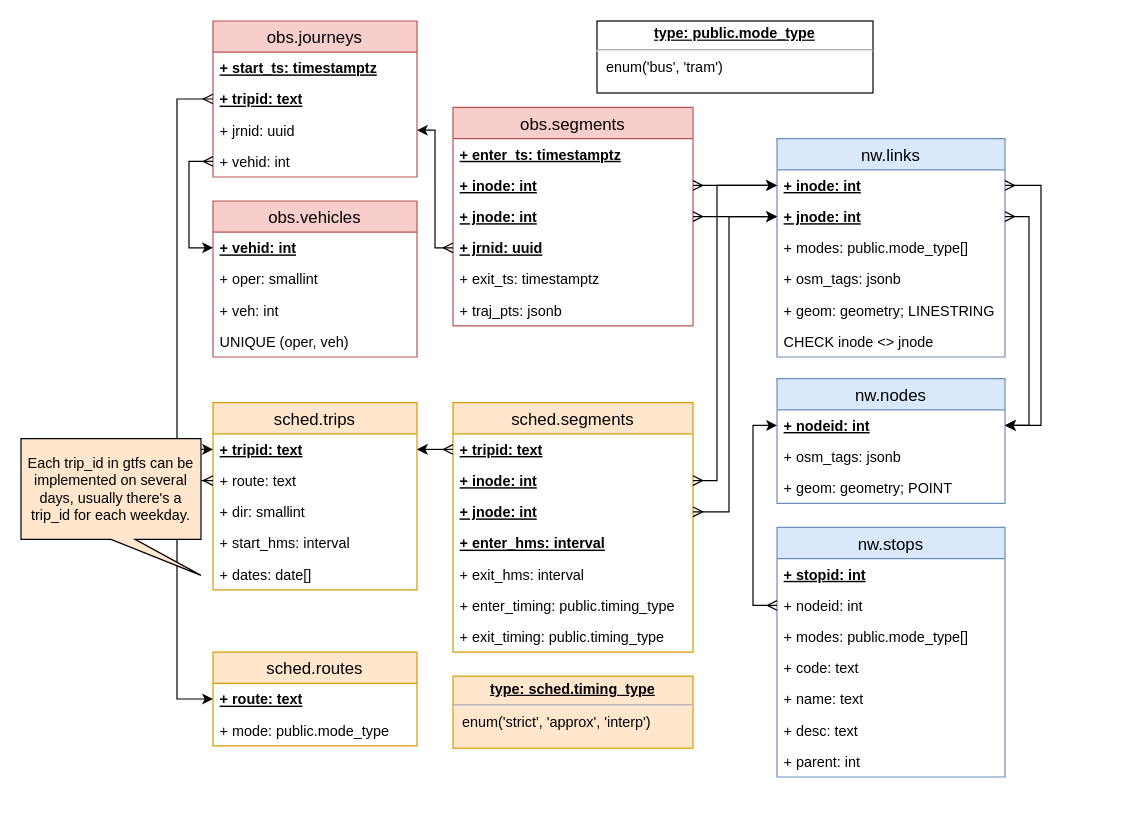
Earlier version of the draw.io diagram page "production" (1 of 3) of docs/sujuikoDB.drawio (datarttu/sujuikoDB). Source tidied: cells renumbered, new cells numbered last; positions are measured from the earlier drawing's top-left corner, leaving out a move shared by most shapes. Both pictures are drawn from the tidied source at 120%, with x=0, y=0 at pixel (20, 20).
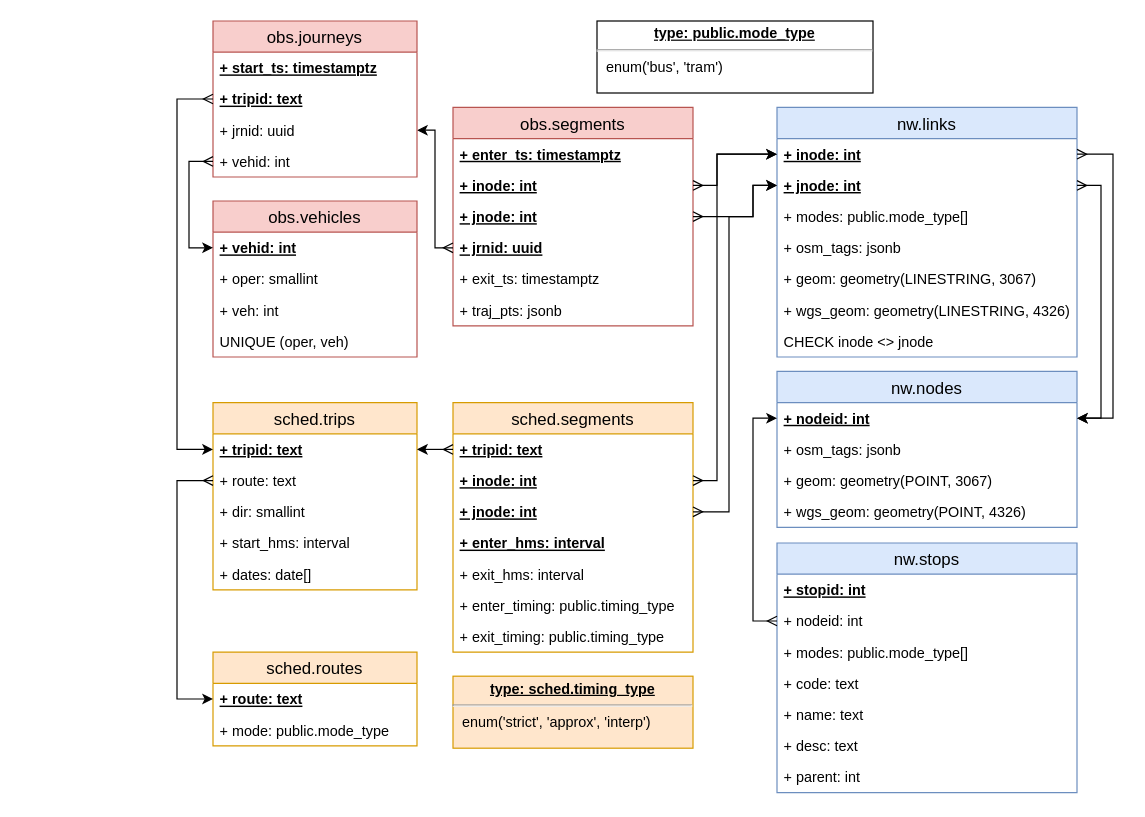
Above is the later version.

Unchanged cells that the change refers to:
```xml
<mxCell id="4" value="+ inode: int" style="text;strokeColor=none;fillColor=none;spacingLeft=4;spacingRight=4;overflow=hidden;points=[[0,0.5],[1,0.5]];portConstraint=eastwest;fontSize=12;fontStyle=5;" parent="2" vertex="1">
  <mxGeometry y="52" width="200" height="26" as="geometry" />
</mxCell>
<mxCell id="5" value="+ jnode: int" style="text;strokeColor=none;fillColor=none;spacingLeft=4;spacingRight=4;overflow=hidden;points=[[0,0.5],[1,0.5]];portConstraint=eastwest;fontSize=12;fontStyle=5;" parent="2" vertex="1">
  <mxGeometry y="78" width="200" height="26" as="geometry" />
</mxCell>
<mxCell id="37" value="+ inode: int" style="text;strokeColor=none;fillColor=none;spacingLeft=4;spacingRight=4;overflow=hidden;points=[[0,0.5],[1,0.5]];portConstraint=eastwest;fontSize=12;fontStyle=5;" parent="35" vertex="1">
  <mxGeometry y="52" width="200" height="26" as="geometry" />
</mxCell>
<mxCell id="38" value="+ jnode: int" style="text;strokeColor=none;fillColor=none;spacingLeft=4;spacingRight=4;overflow=hidden;points=[[0,0.5],[1,0.5]];portConstraint=eastwest;fontSize=12;fontStyle=5;" parent="35" vertex="1">
  <mxGeometry y="78" width="200" height="26" as="geometry" />
</mxCell>
```

The edit, as a diff of the source:
```diff
@@
     <mxCell id="9" value="nw.links" style="swimlane;fontStyle=0;horizontal=1;startSize=26;fillColor=#dae8fc;swimlaneFillColor=#ffffff;align=center;fontSize=14;strokeColor=#6c8ebf;" parent="1" vertex="1">
-      <mxGeometry x="630" y="98" width="190" height="182" as="geometry" />
+      <mxGeometry x="630" y="72" width="250" height="208" as="geometry" />
     </mxCell>
     <mxCell id="10" value="+ inode: int" style="text;strokeColor=none;fillColor=none;spacingLeft=4;spacingRight=4;overflow=hidden;points=[[0,0.5],[1,0.5]];portConstraint=eastwest;fontSize=12;fontStyle=5;" parent="9" vertex="1">
-      <mxGeometry y="26" width="190" height="26" as="geometry" />
+      <mxGeometry y="26" width="250" height="26" as="geometry" />
     </mxCell>
     <mxCell id="11" value="+ jnode: int" style="text;strokeColor=none;fillColor=none;spacingLeft=4;spacingRight=4;overflow=hidden;points=[[0,0.5],[1,0.5]];portConstraint=eastwest;fontSize=12;fontStyle=5;" parent="9" vertex="1">
-      <mxGeometry y="52" width="190" height="26" as="geometry" />
+      <mxGeometry y="52" width="250" height="26" as="geometry" />
     </mxCell>
     <mxCell id="12" value="+ modes: public.mode_type[]" style="text;strokeColor=none;fillColor=none;spacingLeft=4;spacingRight=4;overflow=hidden;fontSize=12;" parent="9" vertex="1">
-      <mxGeometry y="78" width="190" height="26" as="geometry" />
+      <mxGeometry y="78" width="250" height="26" as="geometry" />
     </mxCell>
     <mxCell id="13" value="+ osm_tags: jsonb" style="text;strokeColor=none;fillColor=none;spacingLeft=4;spacingRight=4;overflow=hidden;fontSize=12;" parent="9" vertex="1">
-      <mxGeometry y="104" width="190" height="26" as="geometry" />
+      <mxGeometry y="104" width="250" height="26" as="geometry" />
     </mxCell>
-    <mxCell id="14" value="+ geom: geometry; LINESTRING" style="text;strokeColor=none;fillColor=none;spacingLeft=4;spacingRight=4;overflow=hidden;fontSize=12;" parent="9" vertex="1">
-      <mxGeometry y="130" width="190" height="26" as="geometry" />
+    <mxCell id="14" value="+ geom: geometry(LINESTRING, 3067)" style="text;strokeColor=none;fillColor=none;spacingLeft=4;spacingRight=4;overflow=hidden;fontSize=12;" parent="9" vertex="1">
+      <mxGeometry y="130" width="250" height="26" as="geometry" />
     </mxCell>
+    <mxCell id="70" value="+ wgs_geom: geometry(LINESTRING, 4326)" style="text;strokeColor=none;fillColor=none;spacingLeft=4;spacingRight=4;overflow=hidden;fontSize=12;" parent="9" vertex="1">
+      <mxGeometry y="156" width="250" height="26" as="geometry" />
+    </mxCell>
     <mxCell id="15" value="CHECK inode &lt;&gt; jnode" style="text;strokeColor=none;fillColor=none;spacingLeft=4;spacingRight=4;overflow=hidden;fontSize=12;" parent="9" vertex="1">
-      <mxGeometry y="156" width="190" height="26" as="geometry" />
+      <mxGeometry y="182" width="250" height="26" as="geometry" />
     </mxCell>
@@
     <mxCell id="17" value="nw.nodes" style="swimlane;fontStyle=0;horizontal=1;startSize=26;fillColor=#dae8fc;swimlaneFillColor=#ffffff;align=center;fontSize=14;strokeColor=#6c8ebf;" parent="1" vertex="1">
-      <mxGeometry x="630" y="298" width="190" height="104" as="geometry" />
+      <mxGeometry x="630" y="292" width="250" height="130" as="geometry" />
     </mxCell>
     <mxCell id="18" value="+ nodeid: int" style="text;strokeColor=none;fillColor=none;spacingLeft=4;spacingRight=4;overflow=hidden;points=[[0,0.5],[1,0.5]];portConstraint=eastwest;fontSize=12;fontStyle=5;" parent="17" vertex="1">
-      <mxGeometry y="26" width="190" height="26" as="geometry" />
+      <mxGeometry y="26" width="250" height="26" as="geometry" />
     </mxCell>
     <mxCell id="19" value="+ osm_tags: jsonb" style="text;strokeColor=none;fillColor=none;spacingLeft=4;spacingRight=4;overflow=hidden;fontSize=12;" parent="17" vertex="1">
-      <mxGeometry y="52" width="190" height="26" as="geometry" />
+      <mxGeometry y="52" width="250" height="26" as="geometry" />
     </mxCell>
-    <mxCell id="20" value="+ geom: geometry; POINT" style="text;strokeColor=none;fillColor=none;spacingLeft=4;spacingRight=4;overflow=hidden;fontSize=12;" parent="17" vertex="1">
-      <mxGeometry y="78" width="190" height="26" as="geometry" />
+    <mxCell id="20" value="+ geom: geometry(POINT, 3067)" style="text;strokeColor=none;fillColor=none;spacingLeft=4;spacingRight=4;overflow=hidden;fontSize=12;" parent="17" vertex="1">
+      <mxGeometry y="78" width="250" height="26" as="geometry" />
     </mxCell>
+    <mxCell id="71" value="+ wgs_geom: geometry(POINT, 4326)" style="text;strokeColor=none;fillColor=none;spacingLeft=4;spacingRight=4;overflow=hidden;fontSize=12;" parent="17" vertex="1">
+      <mxGeometry y="104" width="250" height="26" as="geometry" />
+    </mxCell>
     <mxCell id="21" value="nw.stops" style="swimlane;fontStyle=0;horizontal=1;startSize=26;fillColor=#dae8fc;swimlaneFillColor=#ffffff;align=center;fontSize=14;strokeColor=#6c8ebf;" parent="1" vertex="1">
-      <mxGeometry x="630" y="422" width="190" height="208" as="geometry" />
+      <mxGeometry x="630" y="435" width="250" height="208" as="geometry" />
     </mxCell>
     <mxCell id="22" value="+ stopid: int" style="text;strokeColor=none;fillColor=none;spacingLeft=4;spacingRight=4;overflow=hidden;fontSize=12;fontStyle=5;" parent="21" vertex="1">
-      <mxGeometry y="26" width="190" height="26" as="geometry" />
+      <mxGeometry y="26" width="250" height="26" as="geometry" />
     </mxCell>
     <mxCell id="23" value="+ nodeid: int" style="text;strokeColor=none;fillColor=none;spacingLeft=4;spacingRight=4;overflow=hidden;points=[[0,0.5],[1,0.5]];portConstraint=eastwest;fontSize=12;" parent="21" vertex="1">
-      <mxGeometry y="52" width="190" height="26" as="geometry" />
+      <mxGeometry y="52" width="250" height="26" as="geometry" />
     </mxCell>
     <mxCell id="24" value="+ modes: public.mode_type[]" style="text;strokeColor=none;fillColor=none;spacingLeft=4;spacingRight=4;overflow=hidden;fontSize=12;" parent="21" vertex="1">
-      <mxGeometry y="78" width="190" height="26" as="geometry" />
+      <mxGeometry y="78" width="250" height="26" as="geometry" />
     </mxCell>
     <mxCell id="25" value="+ code: text" style="text;strokeColor=none;fillColor=none;spacingLeft=4;spacingRight=4;overflow=hidden;fontSize=12;" parent="21" vertex="1">
-      <mxGeometry y="104" width="190" height="26" as="geometry" />
+      <mxGeometry y="104" width="250" height="26" as="geometry" />
     </mxCell>
     <mxCell id="26" value="+ name: text" style="text;strokeColor=none;fillColor=none;spacingLeft=4;spacingRight=4;overflow=hidden;fontSize=12;" parent="21" vertex="1">
-      <mxGeometry y="130" width="190" height="26" as="geometry" />
+      <mxGeometry y="130" width="250" height="26" as="geometry" />
     </mxCell>
     <mxCell id="27" value="+ desc: text" style="text;strokeColor=none;fillColor=none;spacingLeft=4;spacingRight=4;overflow=hidden;fontSize=12;" parent="21" vertex="1">
-      <mxGeometry y="156" width="190" height="26" as="geometry" />
+      <mxGeometry y="156" width="250" height="26" as="geometry" />
     </mxCell>
     <mxCell id="28" value="+ parent: int" style="text;strokeColor=none;fillColor=none;spacingLeft=4;spacingRight=4;overflow=hidden;fontSize=12;" parent="21" vertex="1">
-      <mxGeometry y="182" width="190" height="26" as="geometry" />
+      <mxGeometry y="182" width="250" height="26" as="geometry" />
     </mxCell>
@@
     <mxCell id="47" style="edgeStyle=elbowEdgeStyle;rounded=0;jettySize=auto;html=1;exitX=1;exitY=0.5;exitDx=0;exitDy=0;entryX=0;entryY=0.5;entryDx=0;entryDy=0;startArrow=ERmany;startFill=0;" parent="1" edge="1" source="4" target="10">
       <mxGeometry relative="1" as="geometry">
         <Array as="points">
-          <mxPoint x="620" y="138" />
+          <mxPoint x="580" y="118" />
         </Array>
       </mxGeometry>
     </mxCell>
     <mxCell id="48" style="edgeStyle=elbowEdgeStyle;rounded=0;jettySize=auto;html=1;exitX=1;exitY=0.5;exitDx=0;exitDy=0;entryX=0;entryY=0.5;entryDx=0;entryDy=0;startArrow=ERmany;startFill=0;" parent="1" edge="1" source="5" target="11">
-      <mxGeometry relative="1" as="geometry" />
+      <mxGeometry relative="1" as="geometry">
+        <Array as="points">
+          <mxPoint x="610" y="148" />
+        </Array>
+      </mxGeometry>
     </mxCell>
     <mxCell id="49" style="edgeStyle=elbowEdgeStyle;rounded=0;jettySize=auto;html=1;exitX=1;exitY=0.5;exitDx=0;exitDy=0;entryX=1;entryY=0.5;entryDx=0;entryDy=0;startArrow=ERmany;startFill=0;" parent="1" edge="1" source="10" target="18">
       <mxGeometry relative="1" as="geometry">
         <Array as="points">
-          <mxPoint x="850" y="248" />
+          <mxPoint x="910" y="238" />
           <mxPoint x="1010" y="258" />
         </Array>
       </mxGeometry>
     </mxCell>
     <mxCell id="50" style="edgeStyle=elbowEdgeStyle;rounded=0;jettySize=auto;html=1;exitX=1;exitY=0.5;exitDx=0;exitDy=0;entryX=1;entryY=0.5;entryDx=0;entryDy=0;startArrow=ERmany;startFill=0;" parent="1" edge="1" source="11" target="18">
       <mxGeometry relative="1" as="geometry">
         <Array as="points">
-          <mxPoint x="840" y="268" />
+          <mxPoint x="900" y="212" />
+          <mxPoint x="880" y="212" />
+          <mxPoint x="840" y="242" />
         </Array>
       </mxGeometry>
     </mxCell>
@@
     <mxCell id="60" style="edgeStyle=orthogonalEdgeStyle;rounded=0;jettySize=auto;html=1;exitX=1;exitY=0.5;exitDx=0;exitDy=0;entryX=0;entryY=0.5;entryDx=0;entryDy=0;startArrow=ERmany;startFill=0;" parent="1" edge="1" source="37" target="10">
       <mxGeometry relative="1" as="geometry">
         <Array as="points">
           <mxPoint x="580" y="383" />
-          <mxPoint x="580" y="137" />
+          <mxPoint x="580" y="111" />
         </Array>
       </mxGeometry>
     </mxCell>
     <mxCell id="61" style="edgeStyle=orthogonalEdgeStyle;rounded=0;jettySize=auto;html=1;exitX=1;exitY=0.5;exitDx=0;exitDy=0;entryX=0;entryY=0.5;entryDx=0;entryDy=0;startArrow=ERmany;startFill=0;" parent="1" edge="1" source="38" target="11">
       <mxGeometry relative="1" as="geometry">
         <Array as="points">
           <mxPoint x="590" y="409" />
           <mxPoint x="590" y="163" />
+          <mxPoint x="610" y="163" />
+          <mxPoint x="610" y="137" />
         </Array>
       </mxGeometry>
     </mxCell>
@@
-    <mxCell id="67" style="edgeStyle=orthogonalEdgeStyle;rounded=0;jettySize=auto;html=1;exitX=0;exitY=0.5;exitDx=0;exitDy=0;entryX=0;entryY=0.5;entryDx=0;entryDy=0;startArrow=ERmany;startFill=0;" parent="1" edge="1" source="23" target="18">
+    <mxCell id="67" style="edgeStyle=elbowEdgeStyle;rounded=0;jettySize=auto;html=1;exitX=0;exitY=0.5;exitDx=0;exitDy=0;entryX=0;entryY=0.5;entryDx=0;entryDy=0;startArrow=ERmany;startFill=0;" parent="1" edge="1" source="23" target="18">
       <mxGeometry relative="1" as="geometry">
         <Array as="points">
-          <mxPoint x="610" y="487" />
-          <mxPoint x="610" y="337" />
+          <mxPoint x="610" y="408" />
         </Array>
       </mxGeometry>
     </mxCell>
@@
-    <mxCell id="69" value="Each trip_id in gtfs can be implemented on several days, usually there's a trip_id for each weekday." style="shape=callout;whiteSpace=wrap;html=1;perimeter=calloutPerimeter;fillColor=#FFE6CC;position2=1;" parent="1" vertex="1">
-      <mxGeometry y="348" width="150" height="114" as="geometry" />
-    </mxCell>
```
